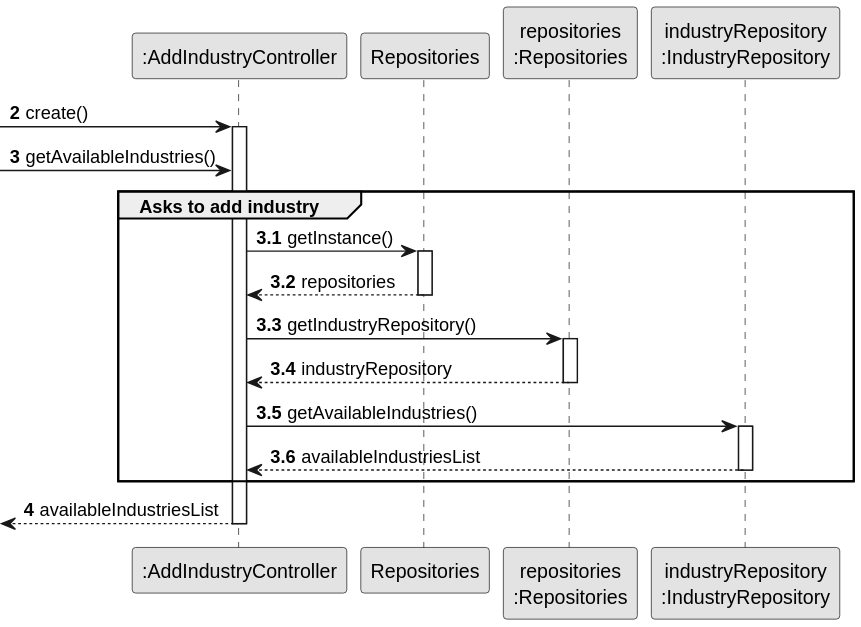
HenriqueSilva18/Railway-Network-Simulator keeps this PlantUML diagram as docs/system-documentation/Sprint 2/US02/03.design/svg/US02-SD-asks-to-add-industry.svg. Above is the earlier version. Source of this version:
```plantuml
@startuml
skinparam monochrome true
skinparam packageStyle rectangle
skinparam shadowing false

autonumber 2

participant ":AddIndustryController" as CTRL
participant "Repositories" as REPOS
participant "repositories\n:Repositories" as REPOS_SINGLETON
participant "industryRepository\n:IndustryRepository" as REPOS_IND


-> CTRL: create()
activate CTRL
-> CTRL: getAvailableIndustries()
autonumber 3.1
group Asks to add industry
    CTRL -> REPOS: getInstance()
    activate REPOS
        REPOS --> CTRL: repositories
    deactivate REPOS

    CTRL -> REPOS_SINGLETON: getIndustryRepository()
    activate REPOS_SINGLETON
        REPOS_SINGLETON --> CTRL: industryRepository
    deactivate REPOS_SINGLETON

    CTRL -> REPOS_IND: getAvailableIndustries()
    activate REPOS_IND
        REPOS_IND --> CTRL: availableIndustriesList
    deactivate REPOS_IND
    end
    autonumber 4
    <-- CTRL : availableIndustriesList
deactivate CTRL
@enduml
```
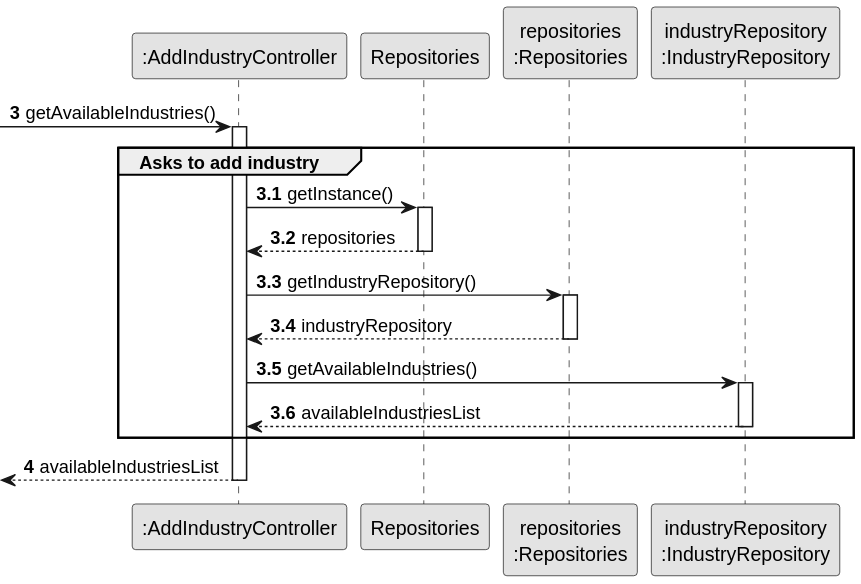
After the change.

Diff of the diagram source:
```diff
@@ -3,17 +3,15 @@
 skinparam packageStyle rectangle
 skinparam shadowing false
 
-autonumber 2
+autonumber 3
 
 participant ":AddIndustryController" as CTRL
 participant "Repositories" as REPOS
 participant "repositories\n:Repositories" as REPOS_SINGLETON
 participant "industryRepository\n:IndustryRepository" as REPOS_IND
 
-
--> CTRL: create()
+-> CTRL: getAvailableIndustries()
 activate CTRL
--> CTRL: getAvailableIndustries()
 autonumber 3.1
 group Asks to add industry
     CTRL -> REPOS: getInstance()
```
